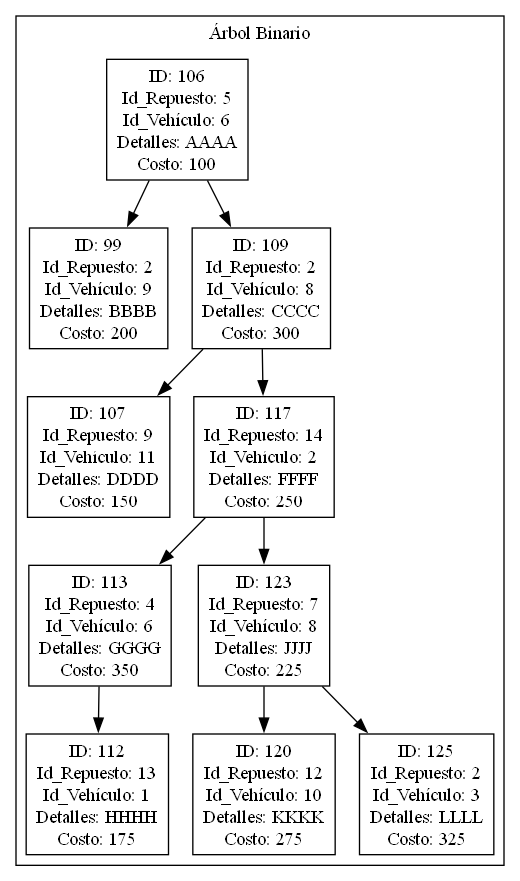
Earlier version of the Graphviz export Fase2/Reportes/Servicios.png (EstebanSNZT/-EDD-1S2025_202300769). Its source is kept beside it as Fase2/Reportes/Servicios.dot.
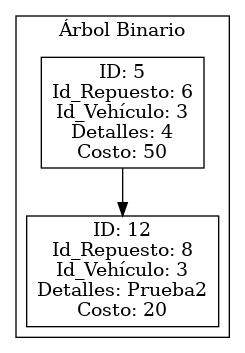
Later version of the same file.

Diff of the diagram source:
```diff
@@ -4,24 +4,8 @@
     subgraph cluster_0 {
         label = "Árbol Binario";
 
-        "106" [label="ID: 106\nId_Repuesto: 5\nId_Vehículo: 6\nDetalles: AAAA\nCosto: 100"];
-        "99" [label="ID: 99\nId_Repuesto: 2\nId_Vehículo: 9\nDetalles: BBBB\nCosto: 200"];
-        "109" [label="ID: 109\nId_Repuesto: 2\nId_Vehículo: 8\nDetalles: CCCC\nCosto: 300"];
-        "107" [label="ID: 107\nId_Repuesto: 9\nId_Vehículo: 11\nDetalles: DDDD\nCosto: 150"];
-        "117" [label="ID: 117\nId_Repuesto: 14\nId_Vehículo: 2\nDetalles: FFFF\nCosto: 250"];
-        "113" [label="ID: 113\nId_Repuesto: 4\nId_Vehículo: 6\nDetalles: GGGG\nCosto: 350"];
-        "112" [label="ID: 112\nId_Repuesto: 13\nId_Vehículo: 1\nDetalles: HHHH\nCosto: 175"];
-        "123" [label="ID: 123\nId_Repuesto: 7\nId_Vehículo: 8\nDetalles: JJJJ\nCosto: 225"];
-        "120" [label="ID: 120\nId_Repuesto: 12\nId_Vehículo: 10\nDetalles: KKKK\nCosto: 275"];
-        "125" [label="ID: 125\nId_Repuesto: 2\nId_Vehículo: 3\nDetalles: LLLL\nCosto: 325"];
-        "106" -> "99";
-        "106" -> "109";
-        "109" -> "107";
-        "109" -> "117";
-        "117" -> "113";
-        "117" -> "123";
-        "113" -> "112";
-        "123" -> "120";
-        "123" -> "125";
+        "5" [label="ID: 5\nId_Repuesto: 6\nId_Vehículo: 3\nDetalles: 4\nCosto: 50"];
+        "12" [label="ID: 12\nId_Repuesto: 8\nId_Vehículo: 3\nDetalles: Prueba2\nCosto: 20"];
+        "5" -> "12";
     }
 }
```
